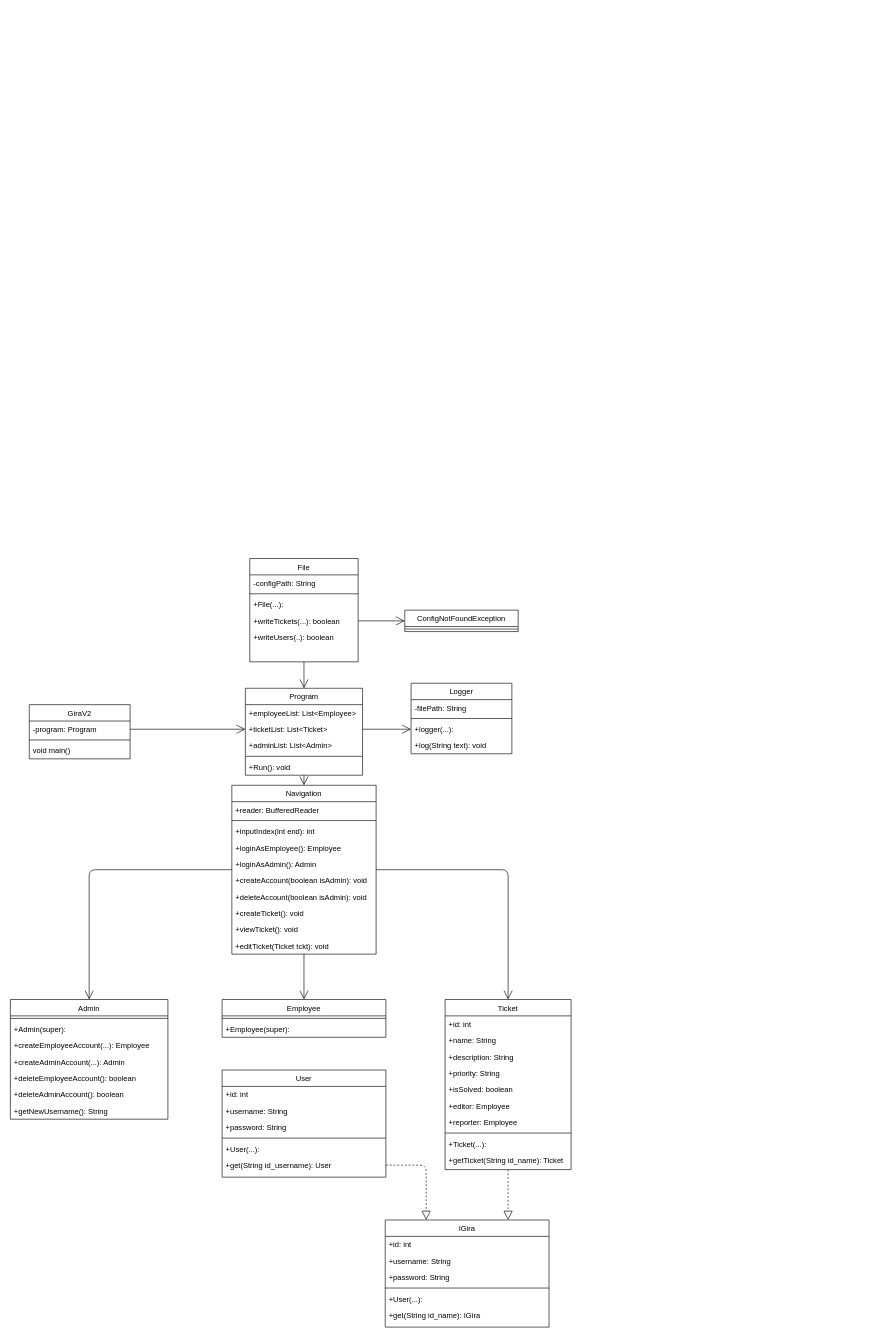
Earlier version of the draw.io diagram Documentation/Diagrams/Class Diagram/Class Diagram.drawio (baltermia/Gira-ConsoleV2). Source tidied: cells renumbered, new cells numbered last; positions are measured from the earlier drawing's top-left corner, leaving out a move shared by most shapes. Both pictures are drawn from the tidied source at 63%, with x=0, y=0 at pixel (10, 558).
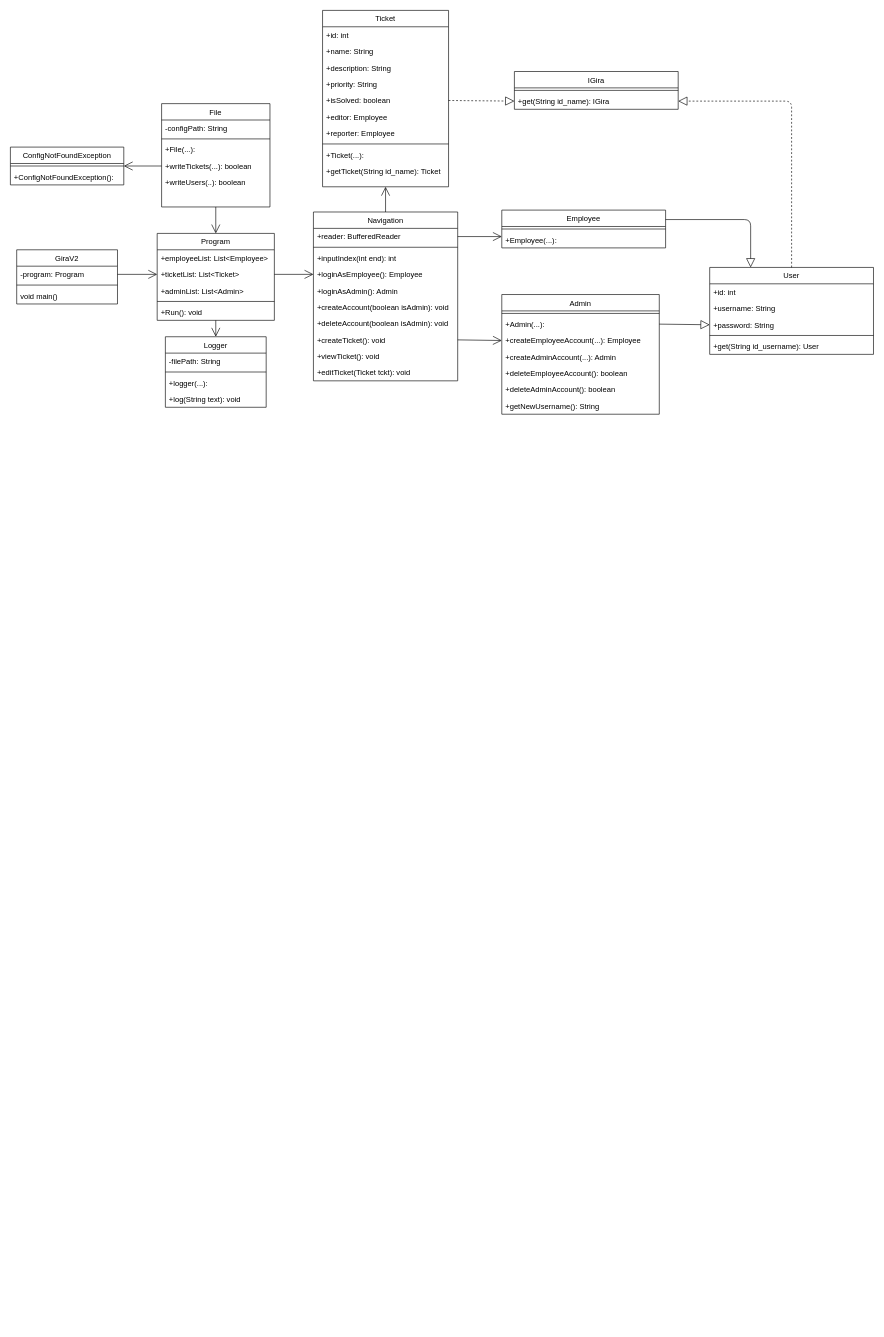
After the change.

The change refers to these unchanged cells:
```xml
<mxCell id="5" value="+createEmployeeAccount(...): Employee" style="text;align=left;verticalAlign=top;spacingLeft=4;spacingRight=4;overflow=hidden;points=[[0,0.5],[1,0.5]];portConstraint=eastwest;" parent="2" vertex="1">
  <mxGeometry y="60" width="250" height="26" as="geometry" />
</mxCell>
<mxCell id="22" value="+isSolved: boolean" style="text;align=left;verticalAlign=top;spacingLeft=4;spacingRight=4;overflow=hidden;points=[[0,0.5],[1,0.5]];portConstraint=eastwest;rounded=0;shadow=0;html=0;" parent="17" vertex="1">
  <mxGeometry y="130" width="200" height="26" as="geometry" />
</mxCell>
<mxCell id="29" value="+reader: BufferedReader" style="text;align=left;verticalAlign=top;spacingLeft=4;spacingRight=4;overflow=hidden;points=[[0,0.5],[1,0.5]];portConstraint=eastwest;" parent="28" vertex="1">
  <mxGeometry y="26" width="229" height="26" as="geometry" />
</mxCell>
<mxCell id="32" value="+loginAsEmployee(): Employee" style="text;align=left;verticalAlign=top;spacingLeft=4;spacingRight=4;overflow=hidden;points=[[0,0.5],[1,0.5]];portConstraint=eastwest;" parent="28" vertex="1">
  <mxGeometry y="86" width="229" height="26" as="geometry" />
</mxCell>
<mxCell id="36" value="+createTicket(): void" style="text;align=left;verticalAlign=top;spacingLeft=4;spacingRight=4;overflow=hidden;points=[[0,0.5],[1,0.5]];portConstraint=eastwest;" parent="28" vertex="1">
  <mxGeometry y="190" width="229" height="26" as="geometry" />
</mxCell>
<mxCell id="43" value="+writeTickets(...): boolean" style="text;align=left;verticalAlign=top;spacingLeft=4;spacingRight=4;overflow=hidden;points=[[0,0.5],[1,0.5]];portConstraint=eastwest;" parent="39" vertex="1">
  <mxGeometry y="86" width="172" height="26" as="geometry" />
</mxCell>
<mxCell id="47" value="+ticketList: List&lt;Ticket&gt;" style="text;align=left;verticalAlign=top;spacingLeft=4;spacingRight=4;overflow=hidden;points=[[0,0.5],[1,0.5]];portConstraint=eastwest;" parent="45" vertex="1">
  <mxGeometry y="52" width="186" height="26" as="geometry" />
</mxCell>
<mxCell id="54" value="+logger(...):" style="text;align=left;verticalAlign=top;spacingLeft=4;spacingRight=4;overflow=hidden;points=[[0,0.5],[1,0.5]];portConstraint=eastwest;" parent="51" vertex="1">
  <mxGeometry y="60" width="160" height="26" as="geometry" />
</mxCell>
<mxCell id="69" value="+password: String" style="text;align=left;verticalAlign=top;spacingLeft=4;spacingRight=4;overflow=hidden;points=[[0,0.5],[1,0.5]];portConstraint=eastwest;rounded=0;shadow=0;html=0;" parent="66" vertex="1">
  <mxGeometry y="78" width="260" height="26" as="geometry" />
</mxCell>
```

The edit, as a diff of the source:
```diff
@@
     <mxCell id="2" value="Admin" style="swimlane;fontStyle=0;align=center;verticalAlign=top;horizontal=1;startSize=26;rounded=0;shadow=0;strokeWidth=1;" parent="1" vertex="1">
-      <mxGeometry y="700" width="250" height="190" as="geometry" />
+      <mxGeometry x="780" y="-419" width="250" height="190" as="geometry" />
     </mxCell>
@@
-    <mxCell id="4" value="+Admin(super):" style="text;align=left;verticalAlign=top;spacingLeft=4;spacingRight=4;overflow=hidden;points=[[0,0.5],[1,0.5]];portConstraint=eastwest;" parent="2" vertex="1">
+    <mxCell id="4" value="+Admin(...):" style="text;align=left;verticalAlign=top;spacingLeft=4;spacingRight=4;overflow=hidden;points=[[0,0.5],[1,0.5]];portConstraint=eastwest;" parent="2" vertex="1">
       <mxGeometry y="34" width="250" height="26" as="geometry" />
     </mxCell>
@@
     <mxCell id="10" value="GiraV2" style="swimlane;fontStyle=0;align=center;verticalAlign=top;horizontal=1;startSize=26;rounded=0;shadow=0;strokeWidth=1;" parent="1" vertex="1">
-      <mxGeometry x="30" y="232" width="160" height="86" as="geometry" />
+      <mxGeometry x="10" y="-490" width="160" height="86" as="geometry" />
     </mxCell>
@@
     <mxCell id="14" value="Employee" style="swimlane;fontStyle=0;align=center;verticalAlign=top;horizontal=1;startSize=26;rounded=0;shadow=0;strokeWidth=1;" parent="1" vertex="1">
-      <mxGeometry x="336" y="700" width="260" height="60" as="geometry" />
+      <mxGeometry x="780" y="-553" width="260" height="60" as="geometry" />
     </mxCell>
@@
-    <mxCell id="16" value="+Employee(super):" style="text;align=left;verticalAlign=top;spacingLeft=4;spacingRight=4;overflow=hidden;points=[[0,0.5],[1,0.5]];portConstraint=eastwest;" parent="14" vertex="1">
-      <mxGeometry y="34" width="260" height="26" as="geometry" />
+    <mxCell id="16" value="+Employee(...):" style="text;align=left;verticalAlign=top;spacingLeft=4;spacingRight=4;overflow=hidden;points=[[0,0.5],[1,0.5]];portConstraint=eastwest;" parent="14" vertex="1">
+      <mxGeometry y="34" width="260" height="16" as="geometry" />
     </mxCell>
     <mxCell id="17" value="Ticket" style="swimlane;fontStyle=0;align=center;verticalAlign=top;horizontal=1;startSize=26;rounded=0;shadow=0;strokeWidth=1;" parent="1" vertex="1">
-      <mxGeometry x="690" y="700" width="200" height="270" as="geometry" />
+      <mxGeometry x="495.5" y="-870" width="200" height="280" as="geometry" />
     </mxCell>
@@
     <mxCell id="28" value="Navigation" style="swimlane;fontStyle=0;align=center;verticalAlign=top;horizontal=1;startSize=26;rounded=0;shadow=0;strokeWidth=1;" parent="1" vertex="1">
-      <mxGeometry x="351.5" y="360" width="229" height="268" as="geometry" />
+      <mxGeometry x="481" y="-550" width="229" height="268" as="geometry" />
     </mxCell>
@@
     <mxCell id="39" value="File" style="swimlane;fontStyle=0;align=center;verticalAlign=top;horizontal=1;startSize=26;rounded=0;shadow=0;strokeWidth=1;" parent="1" vertex="1">
-      <mxGeometry x="380" width="172" height="164" as="geometry" />
+      <mxGeometry x="240" y="-722" width="172" height="164" as="geometry" />
     </mxCell>
@@
     <mxCell id="45" value="Program" style="swimlane;fontStyle=0;align=center;verticalAlign=top;horizontal=1;startSize=26;rounded=0;shadow=0;strokeWidth=1;" parent="1" vertex="1">
-      <mxGeometry x="373" y="206" width="186" height="138" as="geometry" />
+      <mxGeometry x="233" y="-516" width="186" height="138" as="geometry" />
     </mxCell>
@@
     <mxCell id="51" value="Logger" style="swimlane;fontStyle=0;align=center;verticalAlign=top;horizontal=1;startSize=26;rounded=0;shadow=0;strokeWidth=1;" parent="1" vertex="1">
-      <mxGeometry x="636" y="198" width="160" height="112" as="geometry" />
+      <mxGeometry x="246" y="-352" width="160" height="112" as="geometry" />
     </mxCell>
@@
     <mxCell id="56" value="ConfigNotFoundException" style="swimlane;fontStyle=0;align=center;verticalAlign=top;horizontal=1;startSize=26;rounded=0;shadow=0;strokeWidth=1;" parent="1" vertex="1">
-      <mxGeometry x="626" y="82" width="180" height="34" as="geometry" />
+      <mxGeometry y="-653" width="180" height="60" as="geometry" />
     </mxCell>
@@
+    <mxCell id="82" value="+ConfigNotFoundException():" style="text;align=left;verticalAlign=top;spacingLeft=4;spacingRight=4;overflow=hidden;" parent="56" vertex="1">
+      <mxGeometry y="34" width="180" height="26" as="geometry" />
+    </mxCell>
@@
-    <mxCell id="59" style="endArrow=open;endFill=1;endSize=12;html=1;exitX=0.5;exitY=1;exitDx=0;exitDy=0;entryX=0.5;entryY=0;entryDx=0;entryDy=0;" parent="1" edge="1" source="45" target="28">
+    <mxCell id="59" style="endArrow=open;endFill=1;endSize=12;html=1;exitX=1;exitY=0.5;exitDx=0;exitDy=0;entryX=0;entryY=0.5;entryDx=0;entryDy=0;" parent="1" edge="1" source="47" target="32">
       <mxGeometry relative="1" as="geometry" />
     </mxCell>
-    <mxCell id="60" style="endArrow=open;endFill=1;endSize=12;html=1;exitX=0.5;exitY=1;exitDx=0;exitDy=0;entryX=0.5;entryY=0;entryDx=0;entryDy=0;" parent="1" edge="1" source="28" target="14">
-      <mxGeometry relative="1" as="geometry" />
-    </mxCell>
-    <mxCell id="61" style="endArrow=open;endFill=1;endSize=12;html=1;exitX=0;exitY=0.5;exitDx=0;exitDy=0;entryX=0.5;entryY=0;entryDx=0;entryDy=0;" parent="1" edge="1" source="28" target="2">
-      <mxGeometry relative="1" as="geometry">
-        <Array as="points">
-          <mxPoint x="125" y="494" />
-        </Array>
-      </mxGeometry>
-    </mxCell>
-    <mxCell id="62" style="endArrow=open;endFill=1;endSize=12;html=1;exitX=1;exitY=0.5;exitDx=0;exitDy=0;entryX=0.5;entryY=0;entryDx=0;entryDy=0;" parent="1" edge="1" source="28" target="17">
-      <mxGeometry relative="1" as="geometry">
-        <Array as="points">
-          <mxPoint x="790" y="494" />
-        </Array>
-      </mxGeometry>
-    </mxCell>
-    <mxCell id="63" style="endArrow=open;endFill=1;endSize=12;html=1;exitX=1;exitY=0.5;exitDx=0;exitDy=0;entryX=0;entryY=0.5;entryDx=0;entryDy=0;" parent="1" edge="1" source="47" target="54">
+    <mxCell id="63" style="endArrow=open;endFill=1;endSize=12;html=1;entryX=0.5;entryY=0;entryDx=0;entryDy=0;exitX=0.5;exitY=1;exitDx=0;exitDy=0;" parent="1" edge="1" source="45" target="51">
       <mxGeometry relative="1" as="geometry" />
     </mxCell>
@@
-    <mxCell id="65" style="endArrow=open;endFill=1;endSize=12;html=1;exitX=1;exitY=0.5;exitDx=0;exitDy=0;entryX=0;entryY=0.5;entryDx=0;entryDy=0;" parent="1" edge="1" source="43" target="56">
+    <mxCell id="65" style="endArrow=open;endFill=1;endSize=12;html=1;exitX=0;exitY=0.5;exitDx=0;exitDy=0;entryX=1;entryY=0.5;entryDx=0;entryDy=0;" parent="1" edge="1" source="43" target="56">
       <mxGeometry relative="1" as="geometry" />
     </mxCell>
     <mxCell id="66" value="User" style="swimlane;fontStyle=0;align=center;verticalAlign=top;horizontal=1;startSize=26;rounded=0;shadow=0;strokeWidth=1;" parent="1" vertex="1">
-      <mxGeometry x="336" y="812" width="260" height="170" as="geometry" />
+      <mxGeometry x="1110" y="-462" width="260" height="138" as="geometry" />
     </mxCell>
@@
-    <mxCell id="71" value="+User(...):" style="text;align=left;verticalAlign=top;spacingLeft=4;spacingRight=4;overflow=hidden;" parent="66" vertex="1">
-      <mxGeometry y="112" width="260" height="26" as="geometry" />
-    </mxCell>
     <mxCell id="72" value="+get(String id_username): User" style="text;align=left;verticalAlign=top;spacingLeft=4;spacingRight=4;overflow=hidden;points=[[0,0.5],[1,0.5]];portConstraint=eastwest;" parent="66" vertex="1">
-      <mxGeometry y="138" width="260" height="26" as="geometry" />
+      <mxGeometry y="112" width="260" height="26" as="geometry" />
     </mxCell>
     <mxCell id="73" value="IGira" style="swimlane;fontStyle=0;align=center;verticalAlign=top;horizontal=1;startSize=26;rounded=0;shadow=0;strokeWidth=1;" parent="1" vertex="1">
-      <mxGeometry x="595" y="1050" width="260" height="170" as="geometry" />
+      <mxGeometry x="800" y="-773" width="260" height="60" as="geometry" />
     </mxCell>
-    <mxCell id="74" value="+id: int" style="text;align=left;verticalAlign=top;spacingLeft=4;spacingRight=4;overflow=hidden;rounded=0;shadow=0;html=0;" parent="73" vertex="1">
-      <mxGeometry y="26" width="260" height="26" as="geometry" />
-    </mxCell>
-    <mxCell id="75" value="+username: String" style="text;align=left;verticalAlign=top;spacingLeft=4;spacingRight=4;overflow=hidden;rounded=0;shadow=0;html=0;" parent="73" vertex="1">
-      <mxGeometry y="52" width="260" height="26" as="geometry" />
-    </mxCell>
-    <mxCell id="76" value="+password: String" style="text;align=left;verticalAlign=top;spacingLeft=4;spacingRight=4;overflow=hidden;rounded=0;shadow=0;html=0;" parent="73" vertex="1">
-      <mxGeometry y="78" width="260" height="26" as="geometry" />
-    </mxCell>
     <mxCell id="77" style="line;html=1;strokeWidth=1;align=left;verticalAlign=middle;spacingTop=-1;spacingLeft=3;spacingRight=3;labelPosition=right;" parent="73" vertex="1">
-      <mxGeometry y="104" width="260" height="8" as="geometry" />
+      <mxGeometry y="26" width="260" height="8" as="geometry" />
     </mxCell>
-    <mxCell id="78" value="+User(...):" style="text;align=left;verticalAlign=top;spacingLeft=4;spacingRight=4;overflow=hidden;" parent="73" vertex="1">
-      <mxGeometry y="112" width="260" height="26" as="geometry" />
-    </mxCell>
     <mxCell id="79" value="+get(String id_name): IGira" style="text;align=left;verticalAlign=top;spacingLeft=4;spacingRight=4;overflow=hidden;points=[[0,0.5],[1,0.5]];portConstraint=eastwest;" parent="73" vertex="1">
-      <mxGeometry y="138" width="260" height="26" as="geometry" />
+      <mxGeometry y="34" width="260" height="26" as="geometry" />
     </mxCell>
-    <mxCell id="80" style="endArrow=block;dashed=1;endFill=0;endSize=12;html=1;exitX=1;exitY=0.5;exitDx=0;exitDy=0;entryX=0.25;entryY=0;entryDx=0;entryDy=0;" parent="1" edge="1" source="72" target="73">
-      <mxGeometry relative="1" as="geometry">
-        <Array as="points">
-          <mxPoint x="660" y="963" />
-        </Array>
-      </mxGeometry>
-    </mxCell>
-    <mxCell id="81" style="endArrow=block;dashed=1;endFill=0;endSize=12;html=1;exitX=0.5;exitY=1;exitDx=0;exitDy=0;entryX=0.75;entryY=0;entryDx=0;entryDy=0;" parent="1" edge="1" source="17" target="73">
+    <mxCell id="81" style="endArrow=block;dashed=1;endFill=0;endSize=12;html=1;exitX=1;exitY=0.5;exitDx=0;exitDy=0;entryX=0;entryY=0.5;entryDx=0;entryDy=0;" parent="1" edge="1" source="22" target="79">
       <mxGeometry relative="1" as="geometry" />
     </mxCell>
+    <mxCell id="62" style="endArrow=open;endFill=1;endSize=12;html=1;exitX=0.5;exitY=0;exitDx=0;exitDy=0;entryX=0.5;entryY=1;entryDx=0;entryDy=0;" parent="1" edge="1" source="28" target="17">
+      <mxGeometry relative="1" as="geometry" />
+    </mxCell>
+    <mxCell id="83" style="endArrow=block;dashed=1;endFill=0;endSize=12;html=1;exitX=0.5;exitY=0;exitDx=0;exitDy=0;entryX=1;entryY=0.5;entryDx=0;entryDy=0;" parent="1" edge="1" source="66" target="79">
+      <mxGeometry relative="1" as="geometry">
+        <Array as="points">
+          <mxPoint x="1240" y="-726" />
+        </Array>
+      </mxGeometry>
+    </mxCell>
+    <mxCell id="84" style="endArrow=open;endFill=1;endSize=12;html=1;exitX=1;exitY=0.5;exitDx=0;exitDy=0;entryX=0;entryY=0.5;entryDx=0;entryDy=0;" parent="1" edge="1" source="29" target="16">
+      <mxGeometry relative="1" as="geometry" />
+    </mxCell>
+    <mxCell id="85" style="endArrow=open;endFill=1;endSize=12;html=1;exitX=1;exitY=0.5;exitDx=0;exitDy=0;entryX=0;entryY=0.5;entryDx=0;entryDy=0;" parent="1" edge="1" source="36" target="5">
+      <mxGeometry relative="1" as="geometry" />
+    </mxCell>
+    <mxCell id="86" style="endArrow=block;endFill=0;endSize=12;html=1;exitX=1;exitY=0.25;exitDx=0;exitDy=0;entryX=0.25;entryY=0;entryDx=0;entryDy=0;" parent="1" edge="1" source="14" target="66">
+      <mxGeometry relative="1" as="geometry">
+        <Array as="points">
+          <mxPoint x="1175" y="-538" />
+        </Array>
+      </mxGeometry>
+    </mxCell>
+    <mxCell id="87" style="endArrow=block;endFill=0;endSize=12;html=1;exitX=1;exitY=0.5;exitDx=0;exitDy=0;entryX=0;entryY=0.5;entryDx=0;entryDy=0;" parent="1" edge="1" source="4" target="69">
+      <mxGeometry relative="1" as="geometry" />
+    </mxCell>
```
